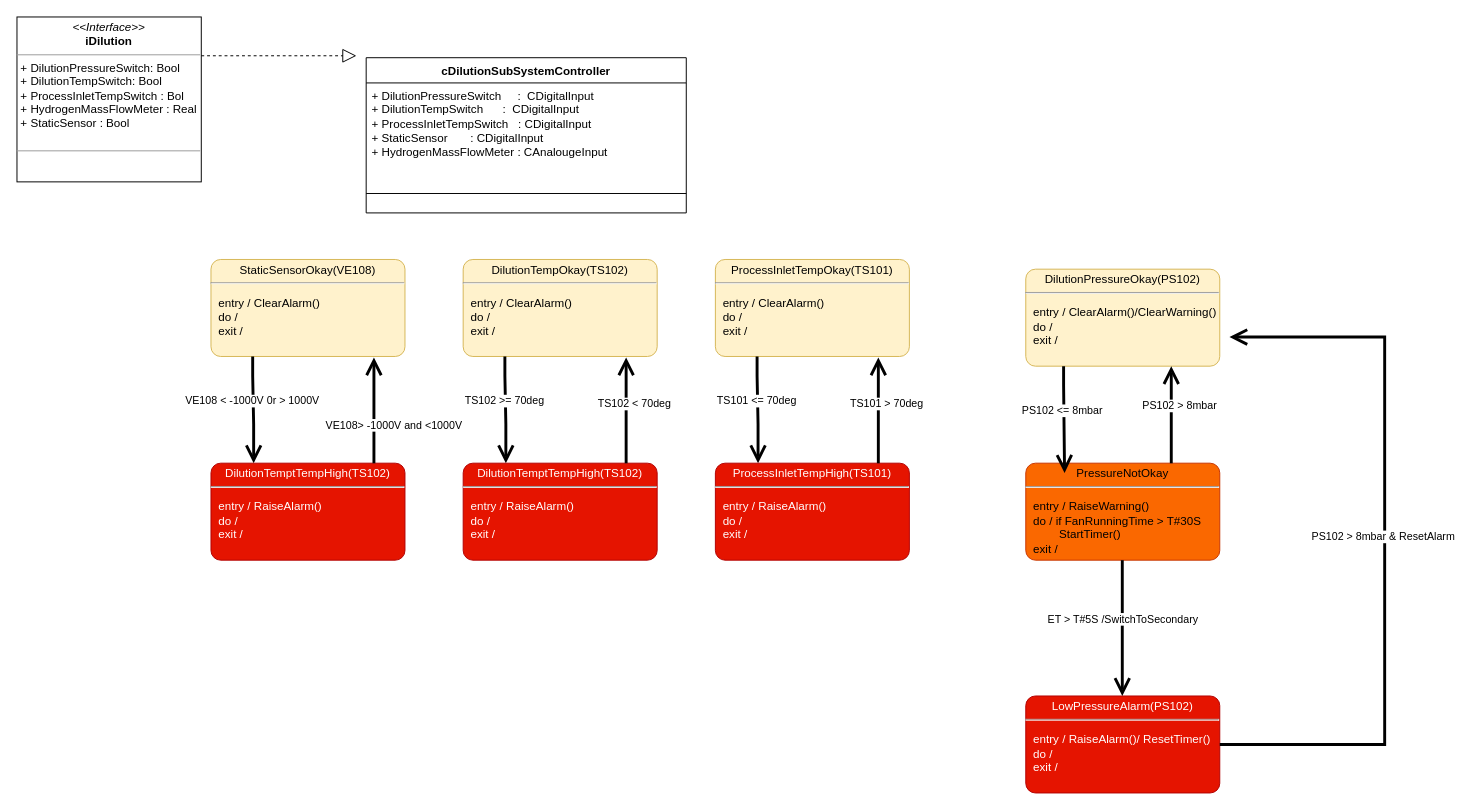
Earlier version of the draw.io diagram page "DilutionSubSystem" (5 of 10) of H2D Modular.drawio (EdwardsKorea/CommonDrawIO). Source tidied: cells renumbered, new cells numbered last; positions are measured from the earlier drawing's top-left corner, leaving out a move shared by most shapes. Both pictures are drawn from the tidied source at 97%, with x=0, y=0 at pixel (16, 16).
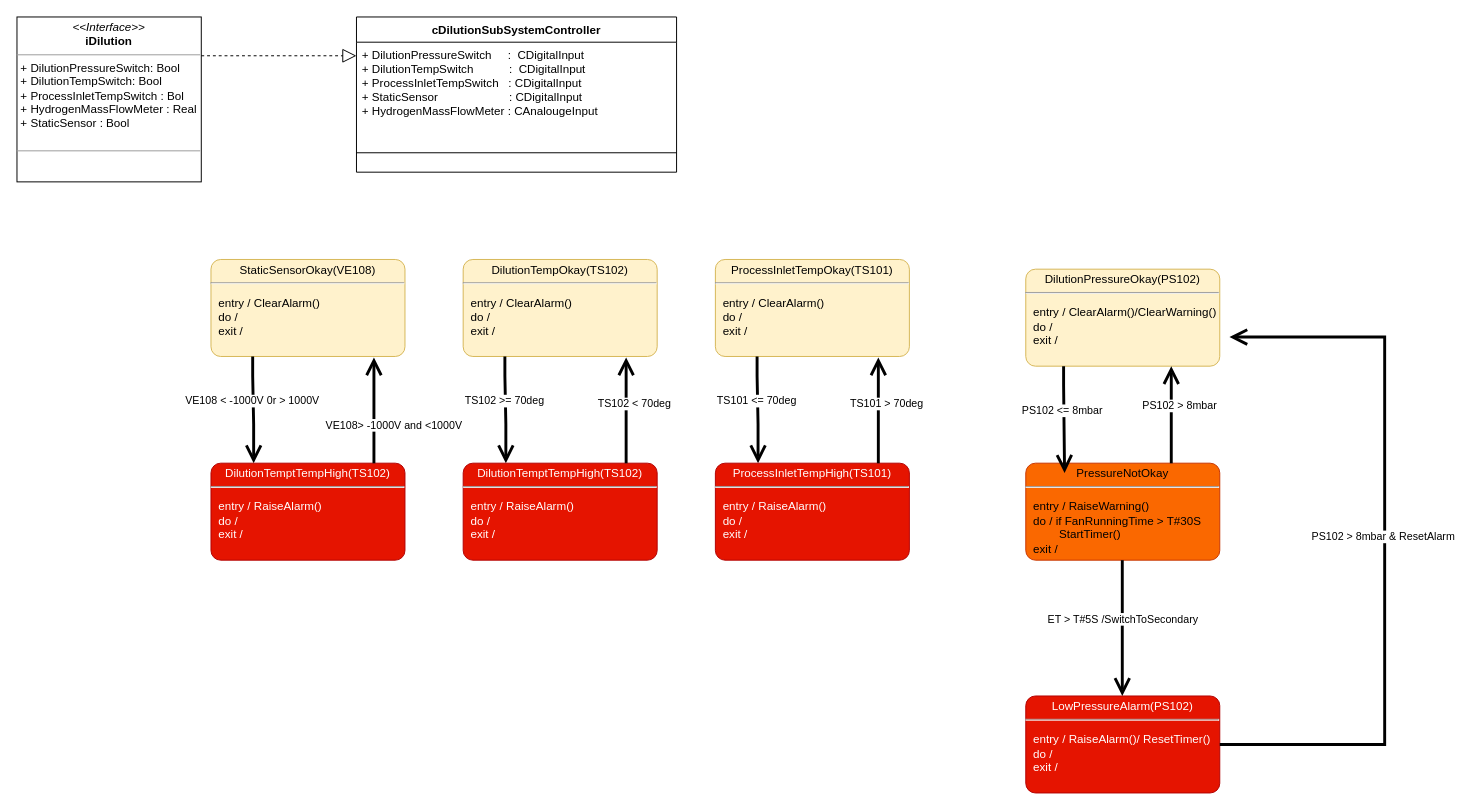
The same diagram, later.

Change to the diagram source:
```diff
@@
     <mxCell id="23" value="cDilutionSubSystemController" style="swimlane;fontStyle=1;align=center;verticalAlign=top;horizontal=1;startSize=26;whiteSpace=wrap;html=1;" parent="1" vertex="1">
-      <mxGeometry x="360" y="42" width="330" height="160" as="geometry" />
+      <mxGeometry x="350" width="330" height="160" as="geometry" />
     </mxCell>
-    <mxCell id="24" value="+ DilutionPressureSwitch&amp;nbsp; &amp;nbsp; &amp;nbsp;:&amp;nbsp; CDigitalInput&lt;br&gt;+ DilutionTempSwitch&lt;span style=&quot;white-space: pre;&quot;&gt; &lt;/span&gt;&amp;nbsp; &amp;nbsp; &amp;nbsp;:&amp;nbsp; CDigitalInput&lt;br&gt;+ ProcessInletTempSwitch&amp;nbsp; &amp;nbsp;: CDigitalInput&lt;br&gt;+ StaticSensor&lt;span style=&quot;white-space: pre;&quot;&gt; &lt;/span&gt;&lt;span style=&quot;white-space: pre;&quot;&gt; &lt;/span&gt;&amp;nbsp; &amp;nbsp; &amp;nbsp;: CDigitalInput&lt;br&gt;+ HydrogenMassFlowMeter : CAnalougeInput&amp;nbsp;" style="text;strokeColor=none;fillColor=none;align=left;verticalAlign=top;spacingLeft=4;spacingRight=4;overflow=hidden;whiteSpace=wrap;html=1;" parent="23" vertex="1">
+    <mxCell id="24" value="+ DilutionPressureSwitch&amp;nbsp; &amp;nbsp; &amp;nbsp;:&amp;nbsp; CDigitalInput&lt;br&gt;+ DilutionTempSwitch&lt;span style=&quot;white-space: pre;&quot;&gt;           &lt;/span&gt;:&amp;nbsp; CDigitalInput&lt;br&gt;+ ProcessInletTempSwitch&amp;nbsp; &amp;nbsp;: CDigitalInput&lt;br&gt;+ StaticSensor&lt;span style=&quot;white-space: pre;&quot;&gt; &lt;/span&gt;&lt;span style=&quot;white-space: pre;&quot;&gt; &lt;/span&gt;&amp;nbsp; &amp;nbsp; &amp;nbsp; &amp;nbsp; &amp;nbsp; &amp;nbsp; &amp;nbsp; &amp;nbsp; &amp;nbsp; &amp;nbsp; : CDigitalInput&lt;br&gt;+ HydrogenMassFlowMeter : CAnalougeInput&amp;nbsp;" style="text;strokeColor=none;fillColor=none;align=left;verticalAlign=top;spacingLeft=4;spacingRight=4;overflow=hidden;whiteSpace=wrap;html=1;" parent="23" vertex="1">
       <mxGeometry y="26" width="330" height="94" as="geometry" />
     </mxCell>
```
